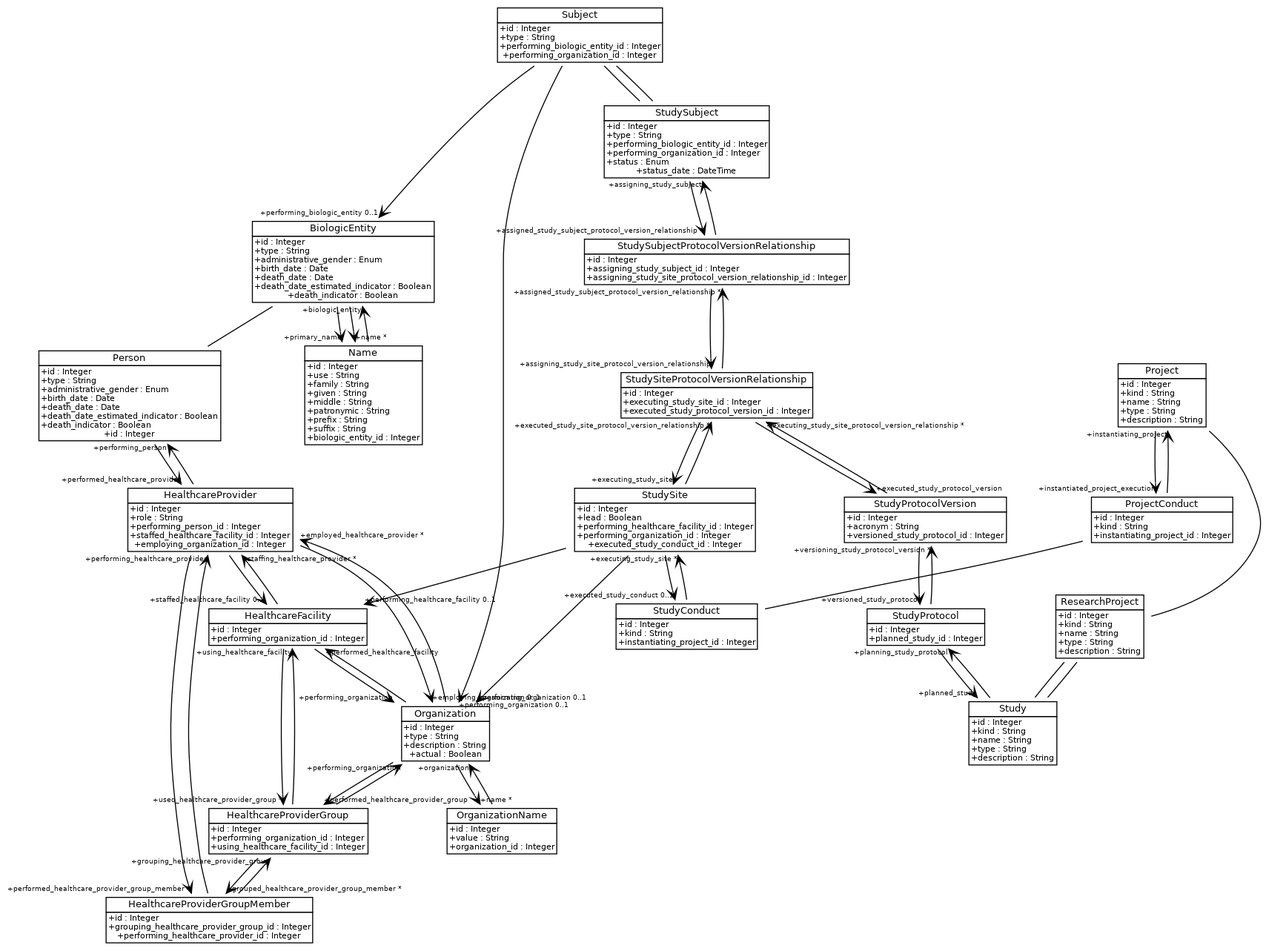
This is docs/model.png from yoursdearboy/bridg, a Graphviz export, as it was before one commit. Its source is kept beside it as docs/model.dot.
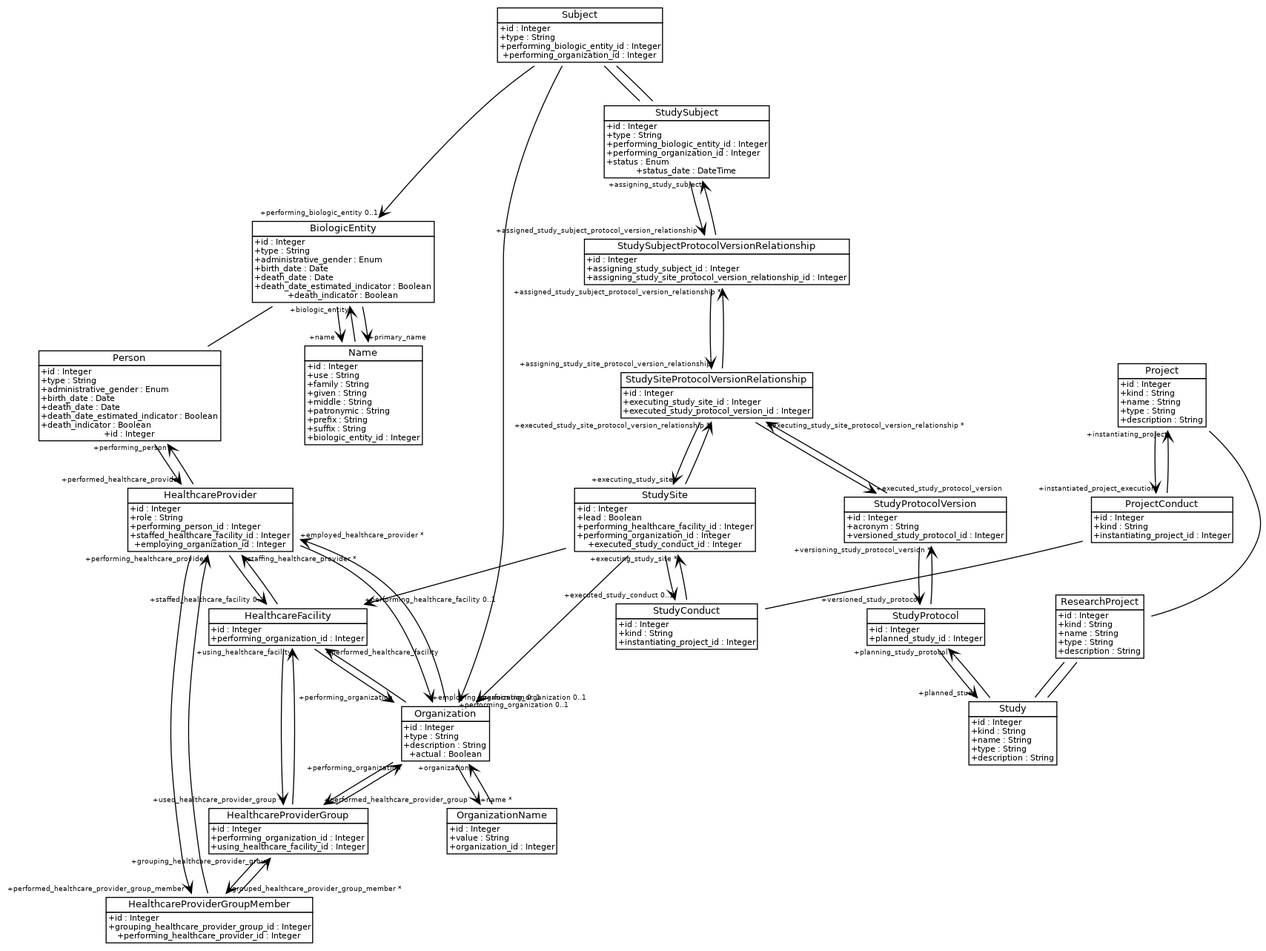
The same file after the commit.

The edit, as a diff of the source:
```diff
@@ -28,8 +28,8 @@
 		arrowtail=none,
 		fontname="Bitstream-Vera Sans",
 		fontsize=7.0,
-		head_lp="312.59,616.33",
-		headlabel="+primary_name",
+		head_lp="325.59,616.33",
+		headlabel="+name *",
 		pos="e,342.09,612.33 337.22,647.71 337.92,639.57 338.99,630.92 340.36,622.34",
 		style="setlinewidth(1.0)"];
 	BiologicEntity -> Name	[arrowhead=vee,
@@ -37,9 +37,9 @@
 		arrowtail=none,
 		fontname="Bitstream-Vera Sans",
 		fontsize=7.0,
-		head_lp="371.85,616.33",
-		headlabel="+name *",
-		pos="e,355.35,612.33 350.03,647.71 351.25,639.57 352.56,630.92 353.85,622.34",
+		head_lp="398.11,616.33",
+		headlabel="+primary_name",
+		pos="e,368.61,612.33 362.84,647.71 364.59,639.57 366.12,630.92 367.33,622.34",
 		style="setlinewidth(1.0)"];
 	Person	[fontname="Bitstream-Vera Sans",
 		fontsize=8.0,
@@ -203,9 +203,9 @@
 		arrowtail=none,
 		fontname="Bitstream-Vera Sans",
 		fontsize=7.0,
-		head_lp="332.34,643.71",
+		head_lp="319.53,643.71",
 		headlabel="+biologic_entity",
-		pos="e,362.84,647.71 368.61,612.33 367.66,620.68 366.38,629.31 364.84,637.68",
+		pos="e,350.03,647.71 355.35,612.33 354.09,620.68 352.8,629.31 351.54,637.68",
 		style="setlinewidth(1.0)"];
 	Organization -> HealthcareFacility	[arrowhead=vee,
 		arrowsize=1.0,
```
